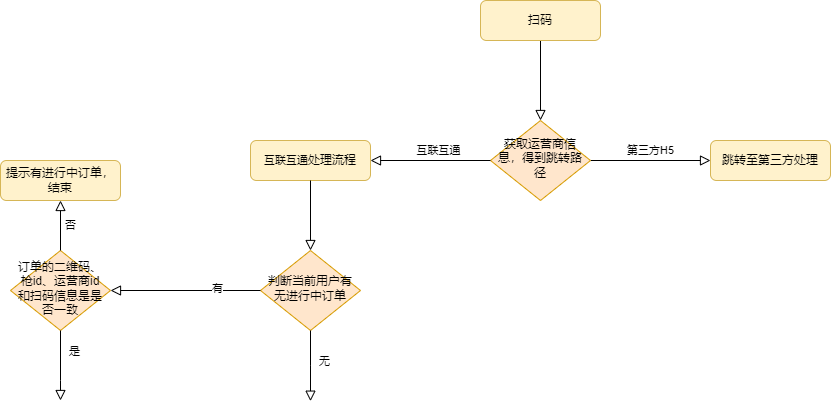
Before: png/扫码充电流程.png, a diagram exported from draw.io (ren9901/tourism-j2ee-wx). Source tidied: cells renumbered, new cells last; positions are measured from the earlier drawing's top-left corner, leaving out a move shared by most shapes.
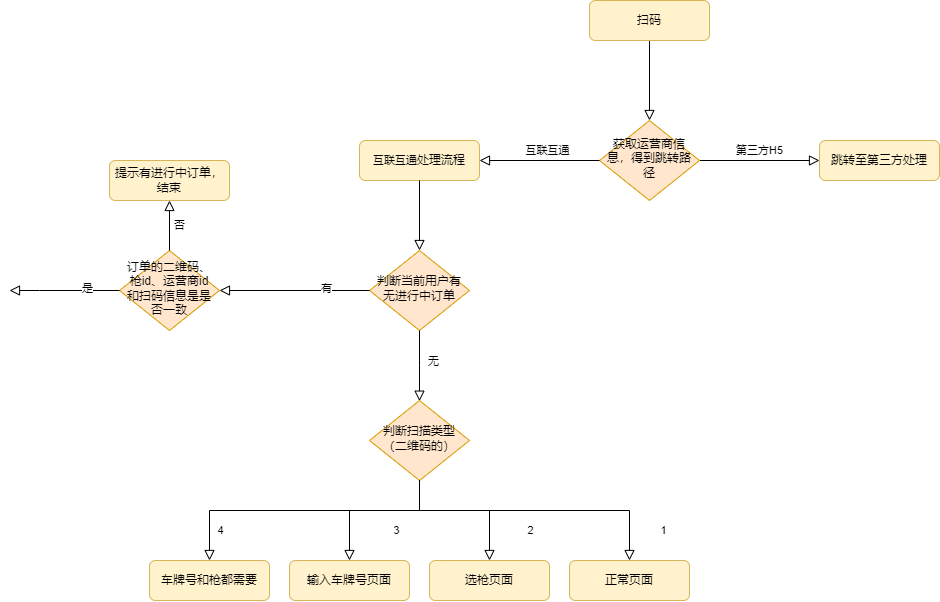
Above is the later version.

Commit message:
更新扫码充电流程.png

Change to the diagram source:
```diff
@@ -47,12 +47,12 @@
     <mxCell id="14" value="订单的二维码、枪id、运营商id和扫码信息是是否一致" style="rhombus;whiteSpace=wrap;html=1;shadow=0;fontFamily=Helvetica;fontSize=12;align=center;strokeWidth=1;spacing=6;spacingTop=-4;fillColor=#ffe6cc;strokeColor=#d79b00;" parent="1" vertex="1">
       <mxGeometry x="10" y="250" width="100" height="80" as="geometry" />
     </mxCell>
-    <mxCell id="15" style="rounded=0;html=1;jettySize=auto;fontSize=11;endArrow=block;endFill=0;endSize=8;strokeWidth=1;shadow=0;labelBackgroundColor=none;edgeStyle=orthogonalEdgeStyle;exitX=0.5;exitY=1;exitDx=0;exitDy=0;" parent="1" edge="1" source="14">
+    <mxCell id="15" style="rounded=0;html=1;jettySize=auto;fontSize=11;endArrow=block;endFill=0;endSize=8;strokeWidth=1;shadow=0;labelBackgroundColor=none;edgeStyle=orthogonalEdgeStyle;exitX=0;exitY=0.5;exitDx=0;exitDy=0;" parent="1" edge="1" source="14">
       <mxGeometry relative="1" as="geometry">
-        <mxPoint x="60" y="400" as="targetPoint" />
+        <mxPoint x="-100" y="290" as="targetPoint" />
         <Array as="points">
-          <mxPoint x="60" y="380" />
-          <mxPoint x="60" y="380" />
+          <mxPoint x="-70" y="290" />
+          <mxPoint x="-70" y="290" />
         </Array>
       </mxGeometry>
     </mxCell>
@@ -75,5 +75,72 @@
     <mxCell id="20" style="edgeStyle=orthogonalEdgeStyle;rounded=0;html=1;jettySize=auto;fontSize=11;endArrow=block;endFill=0;endSize=8;strokeWidth=1;shadow=0;labelBackgroundColor=none;exitX=0.5;exitY=1;exitDx=0;exitDy=0;entryX=0.5;entryY=0;entryDx=0;entryDy=0;" parent="1" edge="1" source="8" target="9">
       <mxGeometry x="-0.14" y="-10" relative="1" as="geometry" />
     </mxCell>
+    <mxCell id="21" value="判断扫描类型（二维码的）" style="rhombus;whiteSpace=wrap;html=1;shadow=0;fontFamily=Helvetica;fontSize=12;align=center;strokeWidth=1;spacing=6;spacingTop=-4;fillColor=#ffe6cc;strokeColor=#d79b00;" parent="1" vertex="1">
+      <mxGeometry x="260" y="400" width="100" height="80" as="geometry" />
+    </mxCell>
+    <mxCell id="22" style="rounded=0;html=1;jettySize=auto;fontSize=11;endArrow=block;endFill=0;endSize=8;strokeWidth=1;shadow=0;labelBackgroundColor=none;edgeStyle=orthogonalEdgeStyle;entryX=0.5;entryY=0;entryDx=0;entryDy=0;exitX=0.5;exitY=1;exitDx=0;exitDy=0;" parent="1" edge="1" source="21" target="28">
+      <mxGeometry relative="1" as="geometry">
+        <Array as="points">
+          <mxPoint x="310" y="510" />
+          <mxPoint x="520" y="510" />
+        </Array>
+      </mxGeometry>
+    </mxCell>
+    <mxCell id="23" value="1" style="edgeLabel;html=1;align=center;verticalAlign=middle;" parent="22" vertex="1">
+      <mxGeometry x="-0.23" y="4" relative="1" as="geometry">
+        <mxPoint x="163" y="24" as="offset" />
+      </mxGeometry>
+    </mxCell>
+    <mxCell id="24" style="rounded=0;html=1;jettySize=auto;fontSize=11;endArrow=block;endFill=0;endSize=8;strokeWidth=1;shadow=0;labelBackgroundColor=none;edgeStyle=orthogonalEdgeStyle;exitX=0.5;exitY=1;exitDx=0;exitDy=0;entryX=0.5;entryY=0;entryDx=0;entryDy=0;" parent="1" edge="1" source="21" target="29">
+      <mxGeometry relative="1" as="geometry">
+        <Array as="points">
+          <mxPoint x="310" y="510" />
+          <mxPoint x="380" y="510" />
+        </Array>
+      </mxGeometry>
+    </mxCell>
+    <mxCell id="25" value="2" style="edgeLabel;html=1;align=center;verticalAlign=middle;" parent="24" vertex="1">
+      <mxGeometry x="-0.23" y="4" relative="1" as="geometry">
+        <mxPoint x="83" y="24" as="offset" />
+      </mxGeometry>
+    </mxCell>
+    <mxCell id="26" style="rounded=0;html=1;jettySize=auto;fontSize=11;endArrow=block;endFill=0;endSize=8;strokeWidth=1;shadow=0;labelBackgroundColor=none;edgeStyle=orthogonalEdgeStyle;exitX=0.5;exitY=1;exitDx=0;exitDy=0;entryX=0.5;entryY=0;entryDx=0;entryDy=0;" parent="1" edge="1" source="21" target="30">
+      <mxGeometry relative="1" as="geometry">
+        <Array as="points">
+          <mxPoint x="310" y="510" />
+          <mxPoint x="240" y="510" />
+        </Array>
+      </mxGeometry>
+    </mxCell>
+    <mxCell id="27" value="3" style="edgeLabel;html=1;align=center;verticalAlign=middle;" parent="26" vertex="1">
+      <mxGeometry x="-0.23" y="4" relative="1" as="geometry">
+        <mxPoint x="4" y="16" as="offset" />
+      </mxGeometry>
+    </mxCell>
+    <mxCell id="28" value="正常页面" style="rounded=1;whiteSpace=wrap;html=1;fontSize=12;glass=0;strokeWidth=1;shadow=0;fillColor=#fff2cc;strokeColor=#d6b656;" parent="1" vertex="1">
+      <mxGeometry x="460" y="560" width="120" height="40" as="geometry" />
+    </mxCell>
+    <mxCell id="29" value="选枪页面" style="rounded=1;whiteSpace=wrap;html=1;fontSize=12;glass=0;strokeWidth=1;shadow=0;fillColor=#fff2cc;strokeColor=#d6b656;" parent="1" vertex="1">
+      <mxGeometry x="320" y="560" width="120" height="40" as="geometry" />
+    </mxCell>
+    <mxCell id="30" value="输入车牌号页面" style="rounded=1;whiteSpace=wrap;html=1;fontSize=12;glass=0;strokeWidth=1;shadow=0;fillColor=#fff2cc;strokeColor=#d6b656;" parent="1" vertex="1">
+      <mxGeometry x="180" y="560" width="120" height="40" as="geometry" />
+    </mxCell>
+    <mxCell id="31" value="车牌号和枪都需要" style="rounded=1;whiteSpace=wrap;html=1;fontSize=12;glass=0;strokeWidth=1;shadow=0;fillColor=#fff2cc;strokeColor=#d6b656;" parent="1" vertex="1">
+      <mxGeometry x="40" y="560" width="120" height="40" as="geometry" />
+    </mxCell>
+    <mxCell id="32" style="rounded=0;html=1;jettySize=auto;fontSize=11;endArrow=block;endFill=0;endSize=8;strokeWidth=1;shadow=0;labelBackgroundColor=none;edgeStyle=orthogonalEdgeStyle;exitX=0.5;exitY=1;exitDx=0;exitDy=0;" parent="1" edge="1" source="21" target="31">
+      <mxGeometry relative="1" as="geometry">
+        <Array as="points">
+          <mxPoint x="310" y="510" />
+          <mxPoint x="100" y="510" />
+        </Array>
+      </mxGeometry>
+    </mxCell>
+    <mxCell id="33" value="4" style="edgeLabel;html=1;align=center;verticalAlign=middle;" parent="32" vertex="1">
+      <mxGeometry x="-0.23" y="4" relative="1" as="geometry">
+        <mxPoint x="-119" y="16" as="offset" />
+      </mxGeometry>
+    </mxCell>
   </root>
 </mxGraphModel>
```
